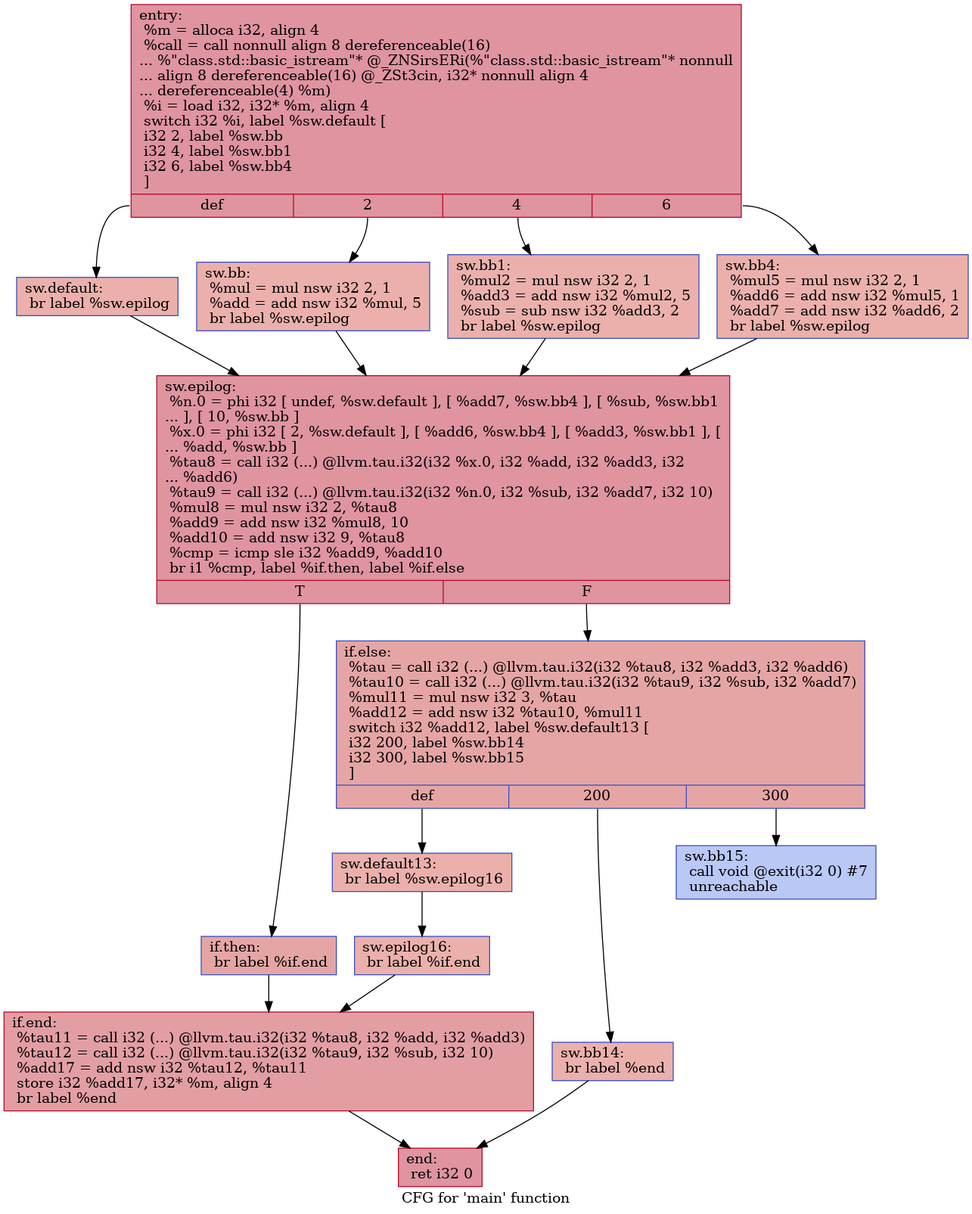
The Graphviz diagram IR/cfg/afterHPSSA.dot.png in HPSSA-LLVM/HPSSA-LLVM, before a commit. Its source is kept beside it as IR/cfg/afterHPSSA.dot.
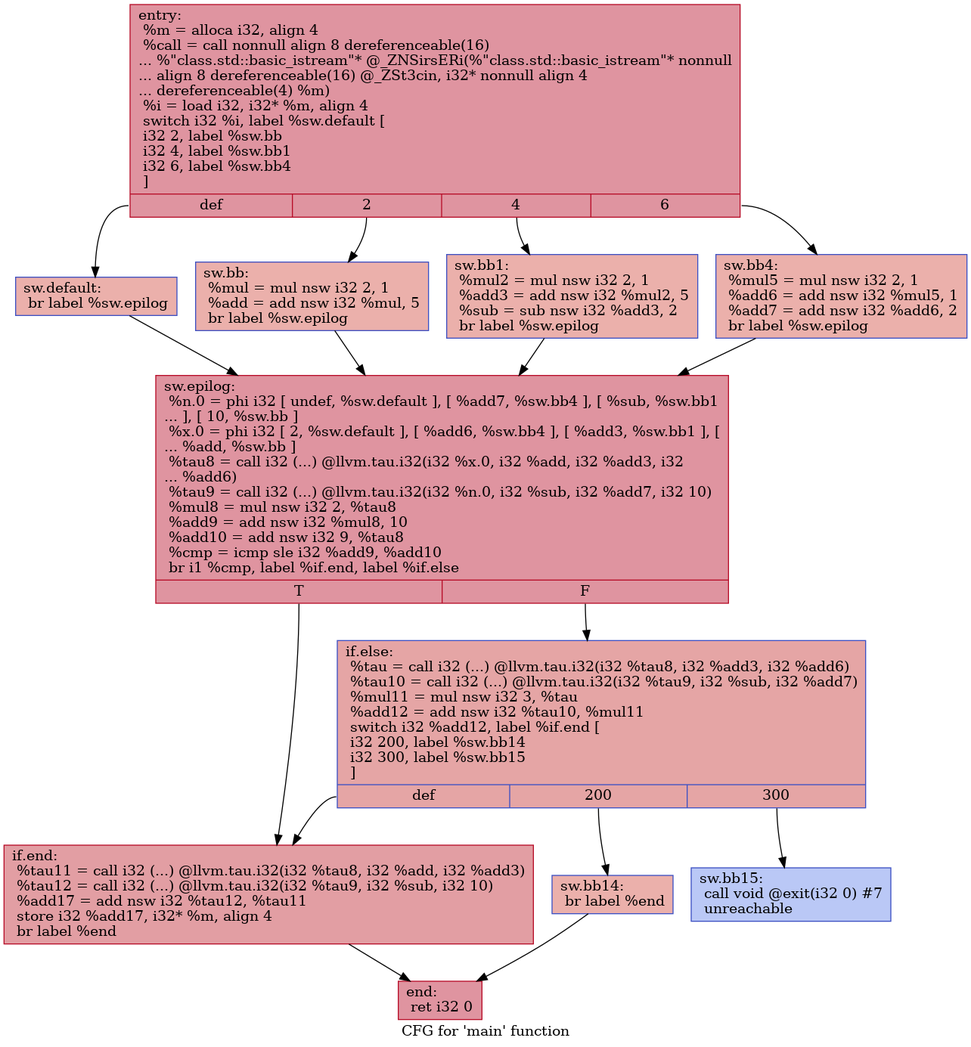
Above is the later version.

Change to the diagram source:
```diff
@@ -1,36 +1,30 @@
 digraph "CFG for 'main' function" {
 	label="CFG for 'main' function";
 
-	Node0x564ee1be7e00 [shape=record,color="#b70d28ff", style=filled, fillcolor="#b70d2870",label="{entry:\l  %m = alloca i32, align 4\l  %call = call nonnull align 8 dereferenceable(16)\l... %\"class.std::basic_istream\"* @_ZNSirsERi(%\"class.std::basic_istream\"* nonnull\l... align 8 dereferenceable(16) @_ZSt3cin, i32* nonnull align 4\l... dereferenceable(4) %m)\l  %i = load i32, i32* %m, align 4\l  switch i32 %i, label %sw.default [\l    i32 2, label %sw.bb\l    i32 4, label %sw.bb1\l    i32 6, label %sw.bb4\l  ]\l|{<s0>def|<s1>2|<s2>4|<s3>6}}"];
-	Node0x564ee1be7e00:s0 -> Node0x564ee1be8270;
-	Node0x564ee1be7e00:s1 -> Node0x564ee1be8380;
-	Node0x564ee1be7e00:s2 -> Node0x564ee1be8480;
-	Node0x564ee1be7e00:s3 -> Node0x564ee1be8580;
-	Node0x564ee1be8380 [shape=record,color="#3d50c3ff", style=filled, fillcolor="#d24b4070",label="{sw.bb:                                            \l  %mul = mul nsw i32 2, 1\l  %add = add nsw i32 %mul, 5\l  br label %sw.epilog\l}"];
-	Node0x564ee1be8380 -> Node0x564ee1be8830;
-	Node0x564ee1be8480 [shape=record,color="#3d50c3ff", style=filled, fillcolor="#d24b4070",label="{sw.bb1:                                           \l  %mul2 = mul nsw i32 2, 1\l  %add3 = add nsw i32 %mul2, 5\l  %sub = sub nsw i32 %add3, 2\l  br label %sw.epilog\l}"];
-	Node0x564ee1be8480 -> Node0x564ee1be8830;
-	Node0x564ee1be8580 [shape=record,color="#3d50c3ff", style=filled, fillcolor="#d24b4070",label="{sw.bb4:                                           \l  %mul5 = mul nsw i32 2, 1\l  %add6 = add nsw i32 %mul5, 1\l  %add7 = add nsw i32 %add6, 2\l  br label %sw.epilog\l}"];
-	Node0x564ee1be8580 -> Node0x564ee1be8830;
-	Node0x564ee1be8270 [shape=record,color="#3d50c3ff", style=filled, fillcolor="#d24b4070",label="{sw.default:                                       \l  br label %sw.epilog\l}"];
-	Node0x564ee1be8270 -> Node0x564ee1be8830;
-	Node0x564ee1be8830 [shape=record,color="#b70d28ff", style=filled, fillcolor="#b70d2870",label="{sw.epilog:                                        \l  %n.0 = phi i32 [ undef, %sw.default ], [ %add7, %sw.bb4 ], [ %sub, %sw.bb1\l... ], [ 10, %sw.bb ]\l  %x.0 = phi i32 [ 2, %sw.default ], [ %add6, %sw.bb4 ], [ %add3, %sw.bb1 ], [\l... %add, %sw.bb ]\l  %tau8 = call i32 (...) @llvm.tau.i32(i32 %x.0, i32 %add, i32 %add3, i32\l... %add6)\l  %tau9 = call i32 (...) @llvm.tau.i32(i32 %n.0, i32 %sub, i32 %add7, i32 10)\l  %mul8 = mul nsw i32 2, %tau8\l  %add9 = add nsw i32 %mul8, 10\l  %add10 = add nsw i32 9, %tau8\l  %cmp = icmp sle i32 %add9, %add10\l  br i1 %cmp, label %if.then, label %if.else\l|{<s0>T|<s1>F}}"];
-	Node0x564ee1be8830:s0 -> Node0x564ee1bea0b0;
-	Node0x564ee1be8830:s1 -> Node0x564ee1bea120;
-	Node0x564ee1bea0b0 [shape=record,color="#3d50c3ff", style=filled, fillcolor="#c5333470",label="{if.then:                                          \l  br label %if.end\l}"];
-	Node0x564ee1bea0b0 -> Node0x564ee1bea240;
-	Node0x564ee1bea120 [shape=record,color="#3d50c3ff", style=filled, fillcolor="#c5333470",label="{if.else:                                          \l  %tau = call i32 (...) @llvm.tau.i32(i32 %tau8, i32 %add3, i32 %add6)\l  %tau10 = call i32 (...) @llvm.tau.i32(i32 %tau9, i32 %sub, i32 %add7)\l  %mul11 = mul nsw i32 3, %tau\l  %add12 = add nsw i32 %tau10, %mul11\l  switch i32 %add12, label %sw.default13 [\l    i32 200, label %sw.bb14\l    i32 300, label %sw.bb15\l  ]\l|{<s0>def|<s1>200|<s2>300}}"];
-	Node0x564ee1bea120:s0 -> Node0x564ee1bea590;
-	Node0x564ee1bea120:s1 -> Node0x564ee1bea640;
-	Node0x564ee1bea120:s2 -> Node0x564ee1beaf50;
-	Node0x564ee1bea590 [shape=record,color="#3d50c3ff", style=filled, fillcolor="#d24b4070",label="{sw.default13:                                     \l  br label %sw.epilog16\l}"];
-	Node0x564ee1bea590 -> Node0x564ee1beb140;
-	Node0x564ee1bea640 [shape=record,color="#3d50c3ff", style=filled, fillcolor="#d24b4070",label="{sw.bb14:                                          \l  br label %end\l}"];
-	Node0x564ee1bea640 -> Node0x564ee1beb230;
-	Node0x564ee1beaf50 [shape=record,color="#3d50c3ff", style=filled, fillcolor="#6282ea70",label="{sw.bb15:                                          \l  call void @exit(i32 0) #7\l  unreachable\l}"];
-	Node0x564ee1beb140 [shape=record,color="#3d50c3ff", style=filled, fillcolor="#d24b4070",label="{sw.epilog16:                                      \l  br label %if.end\l}"];
-	Node0x564ee1beb140 -> Node0x564ee1bea240;
-	Node0x564ee1bea240 [shape=record,color="#b70d28ff", style=filled, fillcolor="#be242e70",label="{if.end:                                           \l  %tau11 = call i32 (...) @llvm.tau.i32(i32 %tau8, i32 %add, i32 %add3)\l  %tau12 = call i32 (...) @llvm.tau.i32(i32 %tau9, i32 %sub, i32 10)\l  %add17 = add nsw i32 %tau12, %tau11\l  store i32 %add17, i32* %m, align 4\l  br label %end\l}"];
-	Node0x564ee1bea240 -> Node0x564ee1beb230;
-	Node0x564ee1beb230 [shape=record,color="#b70d28ff", style=filled, fillcolor="#b70d2870",label="{end:                                              \l  ret i32 0\l}"];
+	Node0x55642c9f11b0 [shape=record,color="#b70d28ff", style=filled, fillcolor="#b70d2870",label="{entry:\l  %m = alloca i32, align 4\l  %call = call nonnull align 8 dereferenceable(16)\l... %\"class.std::basic_istream\"* @_ZNSirsERi(%\"class.std::basic_istream\"* nonnull\l... align 8 dereferenceable(16) @_ZSt3cin, i32* nonnull align 4\l... dereferenceable(4) %m)\l  %i = load i32, i32* %m, align 4\l  switch i32 %i, label %sw.default [\l    i32 2, label %sw.bb\l    i32 4, label %sw.bb1\l    i32 6, label %sw.bb4\l  ]\l|{<s0>def|<s1>2|<s2>4|<s3>6}}"];
+	Node0x55642c9f11b0:s0 -> Node0x55642c9f15f0;
+	Node0x55642c9f11b0:s1 -> Node0x55642c9f1700;
+	Node0x55642c9f11b0:s2 -> Node0x55642c9f1800;
+	Node0x55642c9f11b0:s3 -> Node0x55642c9f1900;
+	Node0x55642c9f1700 [shape=record,color="#3d50c3ff", style=filled, fillcolor="#d24b4070",label="{sw.bb:                                            \l  %mul = mul nsw i32 2, 1\l  %add = add nsw i32 %mul, 5\l  br label %sw.epilog\l}"];
+	Node0x55642c9f1700 -> Node0x55642c9f1bb0;
+	Node0x55642c9f1800 [shape=record,color="#3d50c3ff", style=filled, fillcolor="#d24b4070",label="{sw.bb1:                                           \l  %mul2 = mul nsw i32 2, 1\l  %add3 = add nsw i32 %mul2, 5\l  %sub = sub nsw i32 %add3, 2\l  br label %sw.epilog\l}"];
+	Node0x55642c9f1800 -> Node0x55642c9f1bb0;
+	Node0x55642c9f1900 [shape=record,color="#3d50c3ff", style=filled, fillcolor="#d24b4070",label="{sw.bb4:                                           \l  %mul5 = mul nsw i32 2, 1\l  %add6 = add nsw i32 %mul5, 1\l  %add7 = add nsw i32 %add6, 2\l  br label %sw.epilog\l}"];
+	Node0x55642c9f1900 -> Node0x55642c9f1bb0;
+	Node0x55642c9f15f0 [shape=record,color="#3d50c3ff", style=filled, fillcolor="#d24b4070",label="{sw.default:                                       \l  br label %sw.epilog\l}"];
+	Node0x55642c9f15f0 -> Node0x55642c9f1bb0;
+	Node0x55642c9f1bb0 [shape=record,color="#b70d28ff", style=filled, fillcolor="#b70d2870",label="{sw.epilog:                                        \l  %n.0 = phi i32 [ undef, %sw.default ], [ %add7, %sw.bb4 ], [ %sub, %sw.bb1\l... ], [ 10, %sw.bb ]\l  %x.0 = phi i32 [ 2, %sw.default ], [ %add6, %sw.bb4 ], [ %add3, %sw.bb1 ], [\l... %add, %sw.bb ]\l  %tau8 = call i32 (...) @llvm.tau.i32(i32 %x.0, i32 %add, i32 %add3, i32\l... %add6)\l  %tau9 = call i32 (...) @llvm.tau.i32(i32 %n.0, i32 %sub, i32 %add7, i32 10)\l  %mul8 = mul nsw i32 2, %tau8\l  %add9 = add nsw i32 %mul8, 10\l  %add10 = add nsw i32 9, %tau8\l  %cmp = icmp sle i32 %add9, %add10\l  br i1 %cmp, label %if.end, label %if.else\l|{<s0>T|<s1>F}}"];
+	Node0x55642c9f1bb0:s0 -> Node0x55642c9f3400;
+	Node0x55642c9f1bb0:s1 -> Node0x55642c9f3470;
+	Node0x55642c9f3470 [shape=record,color="#3d50c3ff", style=filled, fillcolor="#c5333470",label="{if.else:                                          \l  %tau = call i32 (...) @llvm.tau.i32(i32 %tau8, i32 %add3, i32 %add6)\l  %tau10 = call i32 (...) @llvm.tau.i32(i32 %tau9, i32 %sub, i32 %add7)\l  %mul11 = mul nsw i32 3, %tau\l  %add12 = add nsw i32 %tau10, %mul11\l  switch i32 %add12, label %if.end [\l    i32 200, label %sw.bb14\l    i32 300, label %sw.bb15\l  ]\l|{<s0>def|<s1>200|<s2>300}}"];
+	Node0x55642c9f3470:s0 -> Node0x55642c9f3400;
+	Node0x55642c9f3470:s1 -> Node0x55642c9f3830;
+	Node0x55642c9f3470:s2 -> Node0x55642c9f38d0;
+	Node0x55642c9f3830 [shape=record,color="#3d50c3ff", style=filled, fillcolor="#d24b4070",label="{sw.bb14:                                          \l  br label %end\l}"];
+	Node0x55642c9f3830 -> Node0x55642c9f3a60;
+	Node0x55642c9f38d0 [shape=record,color="#3d50c3ff", style=filled, fillcolor="#6282ea70",label="{sw.bb15:                                          \l  call void @exit(i32 0) #7\l  unreachable\l}"];
+	Node0x55642c9f3400 [shape=record,color="#b70d28ff", style=filled, fillcolor="#be242e70",label="{if.end:                                           \l  %tau11 = call i32 (...) @llvm.tau.i32(i32 %tau8, i32 %add, i32 %add3)\l  %tau12 = call i32 (...) @llvm.tau.i32(i32 %tau9, i32 %sub, i32 10)\l  %add17 = add nsw i32 %tau12, %tau11\l  store i32 %add17, i32* %m, align 4\l  br label %end\l}"];
+	Node0x55642c9f3400 -> Node0x55642c9f3a60;
+	Node0x55642c9f3a60 [shape=record,color="#b70d28ff", style=filled, fillcolor="#b70d2870",label="{end:                                              \l  ret i32 0\l}"];
 }
```
